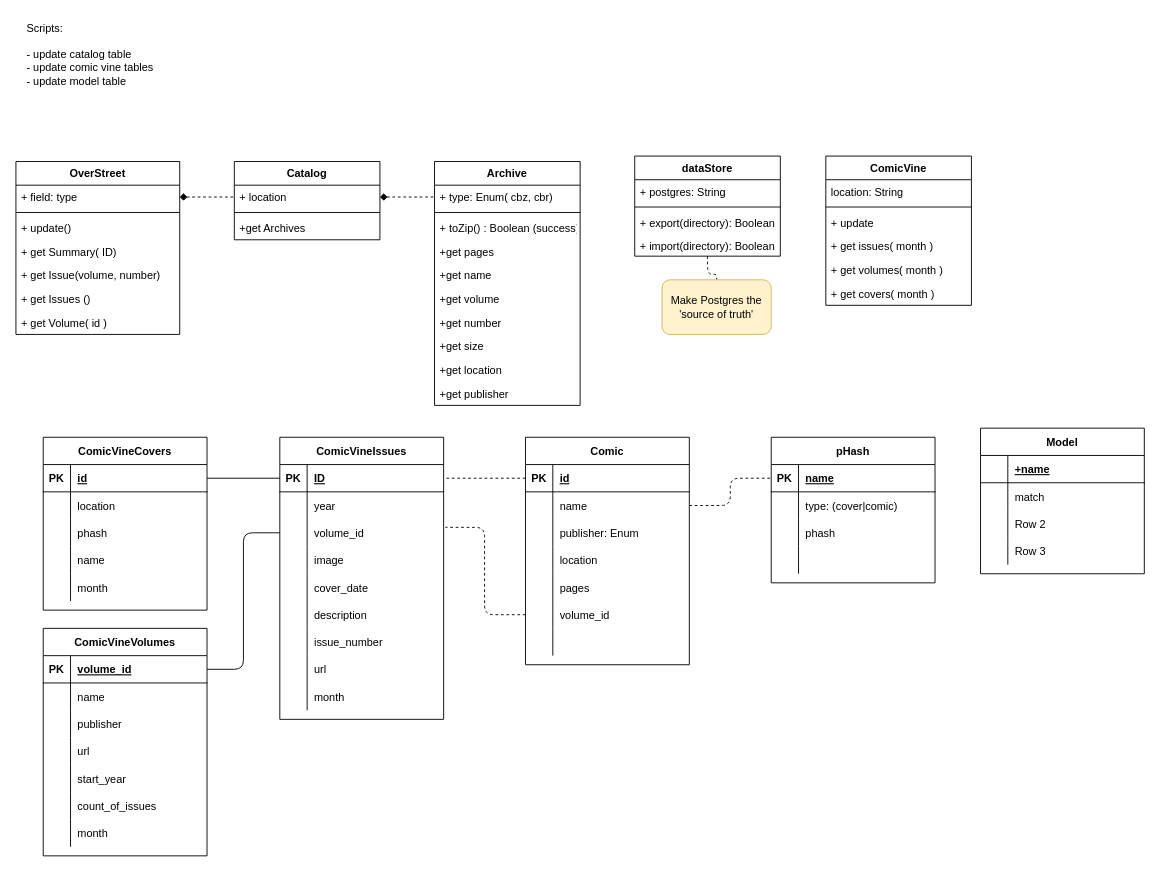
jdbennet2001/draw.io keeps this draw.io diagram as longbox.drawio. Above is the earlier version. Source tidied: cells renumbered, new cells numbered last; positions are measured from the earlier drawing's top-left corner, leaving out a move shared by most shapes. Both pictures are drawn from the tidied source at 91%, with x=0, y=0 at pixel (15, 15).
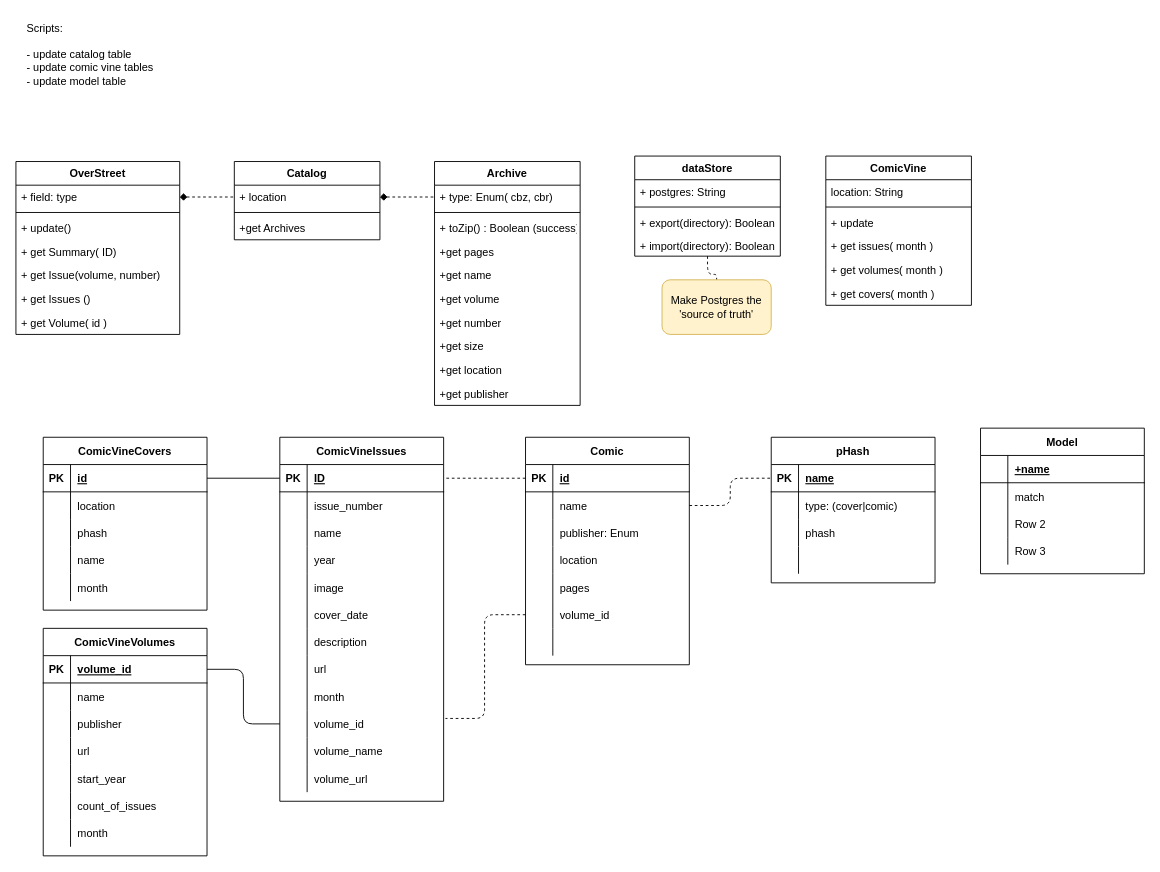
Above is the later version.

Change to the diagram source:
```diff
@@
     <mxCell id="2" value="ComicVineIssues" style="shape=table;startSize=30;childLayout=tableLayout;rowLines=0;fontStyle=1;align=center;" parent="1" vertex="1">
-      <mxGeometry x="290" y="463" width="180" height="310" as="geometry" />
+      <mxGeometry x="290" y="463" width="180" height="400" as="geometry" />
     </mxCell>
@@
+    <mxCell id="21" style="shape=partialRectangle;fillColor=none;top=0;left=0;bottom=0;right=0;" parent="2" vertex="1">
+      <mxGeometry y="60" width="180" height="30" as="geometry" />
+    </mxCell>
+    <mxCell id="22" style="shape=partialRectangle;fillColor=none;top=0;left=0;bottom=0;right=0;overflow=hidden;" parent="21" vertex="1">
+      <mxGeometry width="30" height="30" as="geometry" />
+    </mxCell>
+    <mxCell id="23" value="issue_number" style="shape=partialRectangle;fillColor=none;top=0;left=0;bottom=0;right=0;align=left;spacingLeft=6;overflow=hidden;" parent="21" vertex="1">
+      <mxGeometry x="30" width="150" height="30" as="geometry" />
+    </mxCell>
+    <mxCell id="161" style="shape=partialRectangle;fillColor=none;top=0;left=0;bottom=0;right=0;" parent="2" vertex="1">
+      <mxGeometry y="90" width="180" height="30" as="geometry" />
+    </mxCell>
+    <mxCell id="162" style="shape=partialRectangle;fillColor=none;top=0;left=0;bottom=0;right=0;overflow=hidden;" parent="161" vertex="1">
+      <mxGeometry width="30" height="30" as="geometry" />
+    </mxCell>
+    <mxCell id="163" value="name" style="shape=partialRectangle;fillColor=none;top=0;left=0;bottom=0;right=0;align=left;spacingLeft=6;overflow=hidden;" parent="161" vertex="1">
+      <mxGeometry x="30" width="150" height="30" as="geometry" />
+    </mxCell>
     <mxCell id="6" style="shape=partialRectangle;fillColor=none;top=0;left=0;bottom=0;right=0;" parent="2" vertex="1">
-      <mxGeometry y="60" width="180" height="30" as="geometry" />
+      <mxGeometry y="120" width="180" height="30" as="geometry" />
     </mxCell>
@@
-    <mxCell id="9" style="shape=partialRectangle;fillColor=none;top=0;left=0;bottom=0;right=0;points=[[0,0.5],[1,0.5]];portConstraint=eastwest;" parent="2" vertex="1">
-      <mxGeometry y="90" width="180" height="30" as="geometry" />
-    </mxCell>
-    <mxCell id="10" style="shape=partialRectangle;fillColor=none;top=0;left=0;bottom=0;right=0;overflow=hidden;" parent="9" vertex="1">
-      <mxGeometry width="30" height="30" as="geometry" />
-    </mxCell>
-    <mxCell id="11" value="volume_id" style="shape=partialRectangle;fillColor=none;top=0;left=0;bottom=0;right=0;align=left;spacingLeft=6;overflow=hidden;" parent="9" vertex="1">
-      <mxGeometry x="30" width="150" height="30" as="geometry" />
-    </mxCell>
     <mxCell id="12" style="shape=partialRectangle;fillColor=none;top=0;left=0;bottom=0;right=0;" parent="2" vertex="1">
-      <mxGeometry y="120" width="180" height="30" as="geometry" />
+      <mxGeometry y="150" width="180" height="30" as="geometry" />
     </mxCell>
@@
     <mxCell id="15" style="shape=partialRectangle;fillColor=none;top=0;left=0;bottom=0;right=0;" parent="2" vertex="1">
-      <mxGeometry y="150" width="180" height="30" as="geometry" />
+      <mxGeometry y="180" width="180" height="30" as="geometry" />
     </mxCell>
@@
     <mxCell id="18" style="shape=partialRectangle;fillColor=none;top=0;left=0;bottom=0;right=0;" parent="2" vertex="1">
-      <mxGeometry y="180" width="180" height="30" as="geometry" />
+      <mxGeometry y="210" width="180" height="30" as="geometry" />
     </mxCell>
@@
-    <mxCell id="21" style="shape=partialRectangle;fillColor=none;top=0;left=0;bottom=0;right=0;" parent="2" vertex="1">
-      <mxGeometry y="210" width="180" height="30" as="geometry" />
-    </mxCell>
-    <mxCell id="22" style="shape=partialRectangle;fillColor=none;top=0;left=0;bottom=0;right=0;overflow=hidden;" parent="21" vertex="1">
-      <mxGeometry width="30" height="30" as="geometry" />
-    </mxCell>
-    <mxCell id="23" value="issue_number" style="shape=partialRectangle;fillColor=none;top=0;left=0;bottom=0;right=0;align=left;spacingLeft=6;overflow=hidden;" parent="21" vertex="1">
-      <mxGeometry x="30" width="150" height="30" as="geometry" />
-    </mxCell>
@@
+    <mxCell id="9" style="shape=partialRectangle;fillColor=none;top=0;left=0;bottom=0;right=0;points=[[0,0.5],[1,0.5]];portConstraint=eastwest;" parent="2" vertex="1">
+      <mxGeometry y="300" width="180" height="30" as="geometry" />
+    </mxCell>
+    <mxCell id="10" style="shape=partialRectangle;fillColor=none;top=0;left=0;bottom=0;right=0;overflow=hidden;" parent="9" vertex="1">
+      <mxGeometry width="30" height="30" as="geometry" />
+    </mxCell>
+    <mxCell id="11" value="volume_id" style="shape=partialRectangle;fillColor=none;top=0;left=0;bottom=0;right=0;align=left;spacingLeft=6;overflow=hidden;" parent="9" vertex="1">
+      <mxGeometry x="30" width="150" height="30" as="geometry" />
+    </mxCell>
+    <mxCell id="164" style="shape=partialRectangle;fillColor=none;top=0;left=0;bottom=0;right=0;" parent="2" vertex="1">
+      <mxGeometry y="330" width="180" height="30" as="geometry" />
+    </mxCell>
+    <mxCell id="165" style="shape=partialRectangle;fillColor=none;top=0;left=0;bottom=0;right=0;overflow=hidden;" parent="164" vertex="1">
+      <mxGeometry width="30" height="30" as="geometry" />
+    </mxCell>
+    <mxCell id="166" value="volume_name" style="shape=partialRectangle;fillColor=none;top=0;left=0;bottom=0;right=0;align=left;spacingLeft=6;overflow=hidden;" parent="164" vertex="1">
+      <mxGeometry x="30" width="150" height="30" as="geometry" />
+    </mxCell>
+    <mxCell id="167" style="shape=partialRectangle;fillColor=none;top=0;left=0;bottom=0;right=0;" parent="2" vertex="1">
+      <mxGeometry y="360" width="180" height="30" as="geometry" />
+    </mxCell>
+    <mxCell id="168" style="shape=partialRectangle;fillColor=none;top=0;left=0;bottom=0;right=0;overflow=hidden;" parent="167" vertex="1">
+      <mxGeometry width="30" height="30" as="geometry" />
+    </mxCell>
+    <mxCell id="169" value="volume_url" style="shape=partialRectangle;fillColor=none;top=0;left=0;bottom=0;right=0;align=left;spacingLeft=6;overflow=hidden;" parent="167" vertex="1">
+      <mxGeometry x="30" width="150" height="30" as="geometry" />
+    </mxCell>
```
